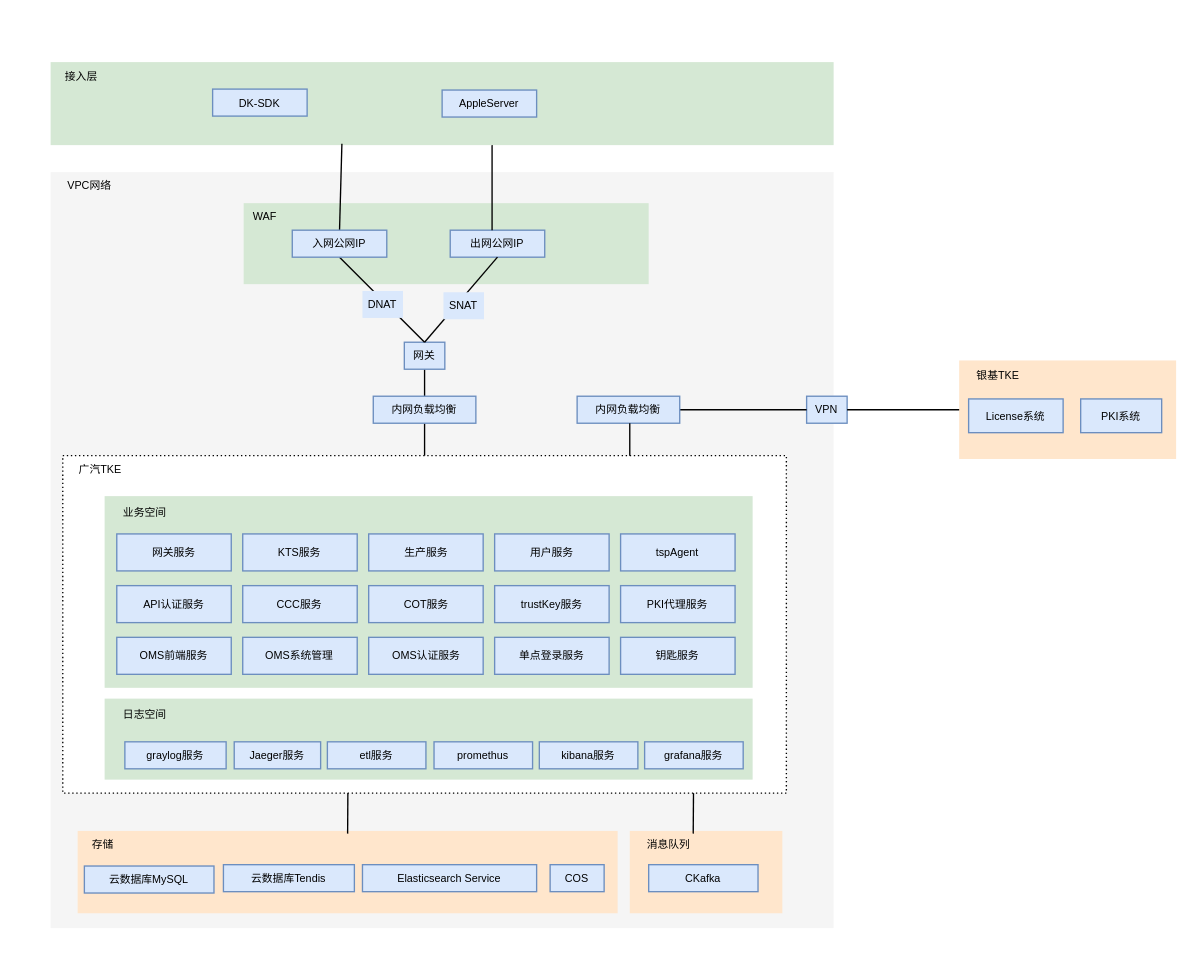
Before: 未命名绘图.drawio in jianguocong/chart, a draw.io diagram. Source tidied: cells renumbered, new cells numbered last; positions are measured from the earlier drawing's top-left corner, leaving out a move shared by most shapes. Both pictures are drawn from the tidied source at 135%, with x=0, y=0 at pixel (36, 61).
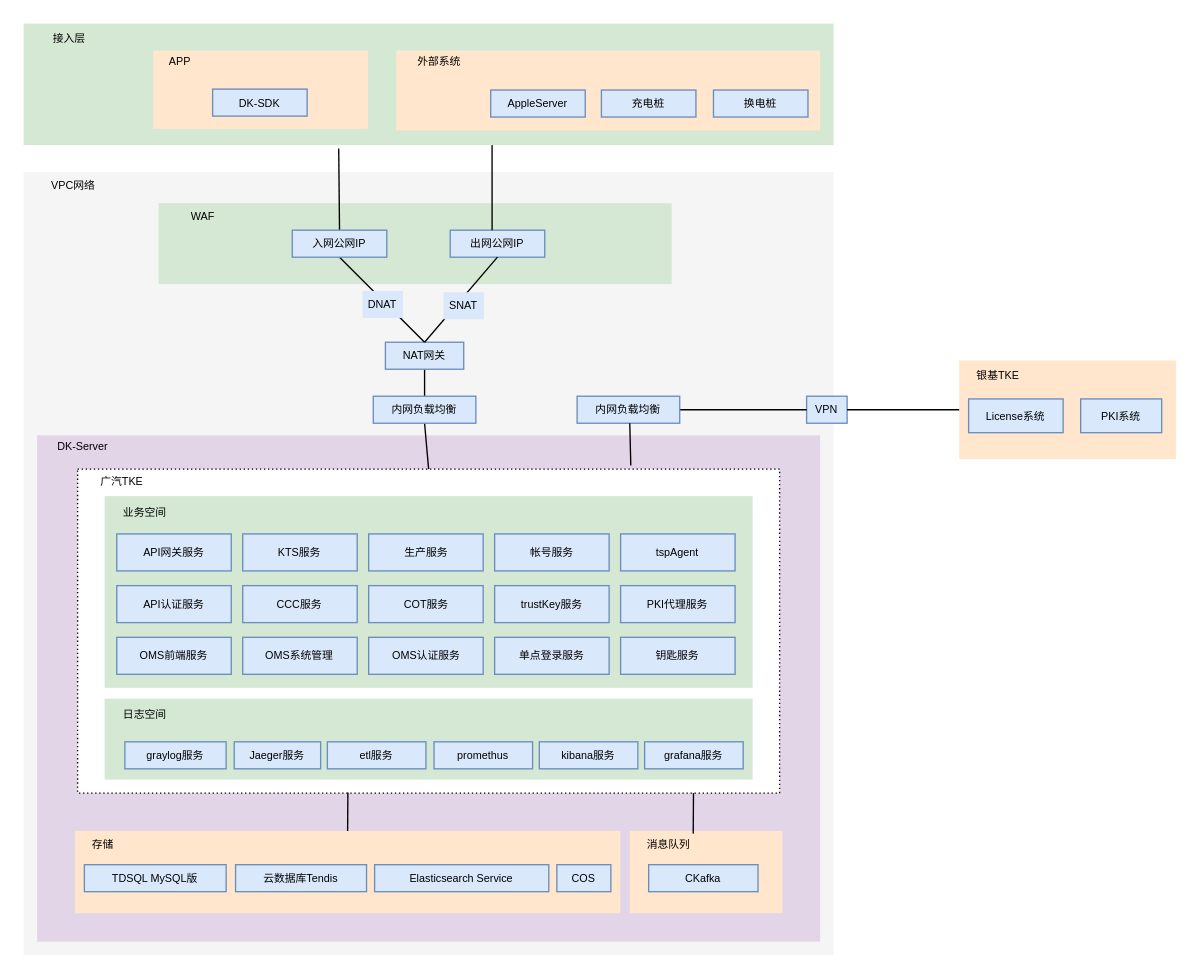
Above is the later version.

Commit message:
更新未命名绘图.drawio

Diff of the diagram source:
```diff
@@
     <mxCell id="2" style="rounded=0;whiteSpace=wrap;html=1;fillColor=#d5e8d4;strokeColor=none;fontSize=8;" parent="1" vertex="1">
-      <mxGeometry x="10" y="0.5" width="580" height="61.5" as="geometry" />
+      <mxGeometry x="-10" y="-28" width="600" height="90" as="geometry" />
     </mxCell>
     <mxCell id="3" style="rounded=0;whiteSpace=wrap;html=1;fillColor=#f5f5f5;strokeColor=none;fontSize=8;fontColor=#333333;" parent="1" vertex="1">
-      <mxGeometry x="10" y="82" width="580" height="560" as="geometry" />
+      <mxGeometry x="-10" y="82" width="600" height="580" as="geometry" />
     </mxCell>
+    <mxCell id="72" style="rounded=0;whiteSpace=wrap;html=1;dashed=1;dashPattern=1 2;fontSize=8;fillColor=#e1d5e7;strokeColor=none;" parent="1" vertex="1">
+      <mxGeometry y="277" width="580" height="375" as="geometry" />
+    </mxCell>
     <mxCell id="4" style="rounded=0;whiteSpace=wrap;html=1;dashed=1;dashPattern=1 2;fontSize=8;" parent="1" vertex="1">
-      <mxGeometry x="19" y="292" width="536" height="250" as="geometry" />
+      <mxGeometry x="30" y="302" width="520" height="240" as="geometry" />
     </mxCell>
     <mxCell id="5" style="rounded=0;whiteSpace=wrap;html=1;fillColor=#d5e8d4;strokeColor=none;fontSize=8;" parent="1" vertex="1">
-      <mxGeometry x="153" y="105" width="300" height="60" as="geometry" />
+      <mxGeometry x="90" y="105" width="380" height="60" as="geometry" />
     </mxCell>
     <mxCell id="6" style="rounded=0;whiteSpace=wrap;html=1;fillColor=#ffe6cc;strokeColor=none;fontSize=8;" parent="1" vertex="1">
-      <mxGeometry x="30" y="570" width="400" height="61" as="geometry" />
+      <mxGeometry x="28" y="570" width="404" height="61" as="geometry" />
     </mxCell>
@@
     <mxCell id="8" value="&lt;font style=&quot;font-size: 8px;&quot;&gt;广汽TKE&lt;/font&gt;" style="rounded=0;whiteSpace=wrap;html=1;fillColor=none;strokeColor=none;fontSize=8;" parent="1" vertex="1">
-      <mxGeometry x="14" y="292" width="66" height="20" as="geometry" />
+      <mxGeometry x="30" y="301" width="66" height="20" as="geometry" />
     </mxCell>
@@
-    <mxCell id="20" value="网关" style="rounded=0;whiteSpace=wrap;html=1;fillColor=#dae8fc;strokeColor=#6c8ebf;fontSize=8;" parent="1" vertex="1">
-      <mxGeometry x="272" y="208" width="30" height="20" as="geometry" />
+    <mxCell id="20" value="NAT网关" style="rounded=0;whiteSpace=wrap;html=1;fillColor=#dae8fc;strokeColor=#6c8ebf;fontSize=8;" parent="1" vertex="1">
+      <mxGeometry x="258" y="208" width="58" height="20" as="geometry" />
     </mxCell>
@@
-    <mxCell id="26" style="endArrow=none;html=1;rounded=0;entryX=0.5;entryY=0;entryDx=0;entryDy=0;fontSize=8;exitX=0.372;exitY=0.983;exitDx=0;exitDy=0;exitPerimeter=0;" parent="1" edge="1" source="2">
+    <mxCell id="26" style="endArrow=none;html=1;rounded=0;entryX=0.5;entryY=0;entryDx=0;entryDy=0;fontSize=8;exitX=0.389;exitY=1.027;exitDx=0;exitDy=0;exitPerimeter=0;" parent="1" edge="1" source="2">
       <mxGeometry relative="1" as="geometry">
         <mxPoint x="224" y="125" as="targetPoint" />
       </mxGeometry>
     </mxCell>
-    <mxCell id="27" style="endArrow=none;html=1;rounded=0;fontSize=8;exitX=0.394;exitY=1;exitDx=0;exitDy=0;exitPerimeter=0;" parent="1" edge="1" source="4">
-      <mxGeometry relative="1" as="geometry">
-        <mxPoint x="230" y="572" as="targetPoint" />
-      </mxGeometry>
+    <mxCell id="27" style="endArrow=none;html=1;rounded=0;fontSize=8;exitX=0.385;exitY=0.998;exitDx=0;exitDy=0;exitPerimeter=0;entryX=0.5;entryY=0;entryDx=0;entryDy=0;" parent="1" edge="1" source="4" target="6">
+      <mxGeometry relative="1" as="geometry" />
     </mxCell>
@@
     <mxCell id="29" value="Elasticsearch Service" style="rounded=0;whiteSpace=wrap;html=1;fillColor=#dae8fc;strokeColor=#6c8ebf;fontSize=8;" parent="1" vertex="1">
-      <mxGeometry x="241" y="595" width="129" height="20" as="geometry" />
+      <mxGeometry x="250" y="595" width="129" height="20" as="geometry" />
     </mxCell>
-    <mxCell id="30" value="云数据库MySQL" style="rounded=0;whiteSpace=wrap;html=1;fillColor=#dae8fc;strokeColor=#6c8ebf;fontSize=8;" parent="1" vertex="1">
-      <mxGeometry x="35" y="596" width="96" height="20" as="geometry" />
+    <mxCell id="30" value="TDSQL MySQL版" style="rounded=0;whiteSpace=wrap;html=1;fillColor=#dae8fc;strokeColor=#6c8ebf;fontSize=8;" parent="1" vertex="1">
+      <mxGeometry x="35" y="595" width="105" height="20" as="geometry" />
     </mxCell>
     <mxCell id="31" value="云数据库Tendis" style="rounded=0;whiteSpace=wrap;html=1;fillColor=#dae8fc;strokeColor=#6c8ebf;fontSize=8;" parent="1" vertex="1">
-      <mxGeometry x="138" y="595" width="97" height="20" as="geometry" />
+      <mxGeometry x="147" y="595" width="97" height="20" as="geometry" />
     </mxCell>
     <mxCell id="32" style="group;" parent="1" vertex="1">
-      <mxGeometry x="59" y="350" width="458" height="104" as="geometry" />
+      <mxGeometry x="59" y="350" width="487" height="177" as="geometry" />
     </mxCell>
-    <mxCell id="33" value="网关服务" style="rounded=0;whiteSpace=wrap;html=1;fillColor=#dae8fc;strokeColor=#6c8ebf;fontSize=8;verticalAlign=middle;flipH=1;" parent="32" vertex="1">
+    <mxCell id="33" value="API网关服务" style="rounded=0;whiteSpace=wrap;html=1;fillColor=#dae8fc;strokeColor=#6c8ebf;fontSize=8;verticalAlign=middle;flipH=1;" parent="32" vertex="1">
       <mxGeometry width="84.8" height="27.4" as="geometry" />
     </mxCell>
@@
-    <mxCell id="37" value="用户服务" style="rounded=0;whiteSpace=wrap;html=1;fillColor=#dae8fc;strokeColor=#6c8ebf;fontSize=8;verticalAlign=middle;" parent="32" vertex="1">
+    <mxCell id="37" value="帐号服务" style="rounded=0;whiteSpace=wrap;html=1;fillColor=#dae8fc;strokeColor=#6c8ebf;fontSize=8;verticalAlign=middle;" parent="32" vertex="1">
       <mxGeometry x="279.9" width="84.8" height="27.4" as="geometry" />
     </mxCell>
@@
     <mxCell id="48" value="&lt;font style=&quot;font-size: 8px;&quot;&gt;VPC网络&lt;/font&gt;" style="rounded=0;whiteSpace=wrap;html=1;fillColor=none;strokeColor=none;fontSize=8;" parent="1" vertex="1">
-      <mxGeometry x="6" y="82" width="66" height="20" as="geometry" />
+      <mxGeometry x="-6" y="82" width="66" height="20" as="geometry" />
     </mxCell>
     <mxCell id="49" value="&lt;font style=&quot;font-size: 8px;&quot;&gt;WAF&lt;/font&gt;" style="rounded=0;whiteSpace=wrap;html=1;fillColor=none;strokeColor=none;fontSize=8;" parent="1" vertex="1">
-      <mxGeometry x="136" y="105" width="66" height="20" as="geometry" />
+      <mxGeometry x="90" y="105" width="66" height="20" as="geometry" />
     </mxCell>
@@
     <mxCell id="59" value="COS" style="rounded=0;whiteSpace=wrap;html=1;fillColor=#dae8fc;strokeColor=#6c8ebf;fontSize=8;" parent="1" vertex="1">
-      <mxGeometry x="380" y="595" width="40" height="20" as="geometry" />
+      <mxGeometry x="385" y="595" width="40" height="20" as="geometry" />
     </mxCell>
@@
-    <mxCell id="68" style="endArrow=none;html=1;rounded=0;fontSize=8;entryX=0.5;entryY=0;entryDx=0;entryDy=0;exitX=0.5;exitY=1;exitDx=0;exitDy=0;" parent="1" edge="1">
+    <mxCell id="68" style="endArrow=none;html=1;rounded=0;fontSize=8;entryX=0.788;entryY=-0.011;entryDx=0;entryDy=0;exitX=0.5;exitY=1;exitDx=0;exitDy=0;entryPerimeter=0;" parent="1" edge="1" target="4">
       <mxGeometry relative="1" as="geometry">
         <mxPoint x="439" y="268" as="sourcePoint" />
-        <mxPoint x="439" y="292" as="targetPoint" />
       </mxGeometry>
     </mxCell>
     <mxCell id="69" value="接入层" style="rounded=0;whiteSpace=wrap;html=1;fillColor=none;strokeColor=none;fontSize=8;" parent="1" vertex="1">
-      <mxGeometry y="0.5" width="66" height="20" as="geometry" />
+      <mxGeometry x="-9" y="-27.5" width="66" height="20" as="geometry" />
     </mxCell>
+    <mxCell id="73" style="rounded=0;whiteSpace=wrap;html=1;fillColor=#ffe6cc;strokeColor=none;fontSize=8;" parent="1" vertex="1">
+      <mxGeometry x="86" y="-8" width="159" height="58" as="geometry" />
+    </mxCell>
@@
+    <mxCell id="74" style="rounded=0;whiteSpace=wrap;html=1;fillColor=#ffe6cc;strokeColor=none;fontSize=8;" parent="1" vertex="1">
+      <mxGeometry x="266" y="-8" width="314" height="59.2" as="geometry" />
+    </mxCell>
     <mxCell id="71" value="AppleServer" style="rounded=0;whiteSpace=wrap;html=1;fillColor=#dae8fc;strokeColor=#6c8ebf;fontSize=8;" parent="1" vertex="1">
-      <mxGeometry x="300" y="21.2" width="70" height="20" as="geometry" />
+      <mxGeometry x="336" y="21.2" width="70" height="20" as="geometry" />
     </mxCell>
+    <mxCell id="75" value="充电桩" style="rounded=0;whiteSpace=wrap;html=1;fillColor=#dae8fc;strokeColor=#6c8ebf;fontSize=8;" parent="1" vertex="1">
+      <mxGeometry x="418" y="21.2" width="70" height="20" as="geometry" />
+    </mxCell>
+    <mxCell id="76" value="换电桩" style="rounded=0;whiteSpace=wrap;html=1;fillColor=#dae8fc;strokeColor=#6c8ebf;fontSize=8;" parent="1" vertex="1">
+      <mxGeometry x="501" y="21.2" width="70" height="20" as="geometry" />
+    </mxCell>
+    <mxCell id="77" value="外部系统" style="rounded=0;whiteSpace=wrap;html=1;fillColor=none;strokeColor=none;fontSize=8;" parent="1" vertex="1">
+      <mxGeometry x="265" y="-10" width="66" height="20" as="geometry" />
+    </mxCell>
+    <mxCell id="78" value="APP" style="rounded=0;whiteSpace=wrap;html=1;fillColor=none;strokeColor=none;fontSize=8;" parent="1" vertex="1">
+      <mxGeometry x="73" y="-10" width="66" height="20" as="geometry" />
+    </mxCell>
+    <mxCell id="79" value="&lt;font style=&quot;font-size: 8px;&quot;&gt;DK-Server&lt;/font&gt;" style="rounded=0;whiteSpace=wrap;html=1;fillColor=none;strokeColor=none;fontSize=8;" parent="1" vertex="1">
+      <mxGeometry x="1" y="275" width="66" height="20" as="geometry" />
+    </mxCell>
```
